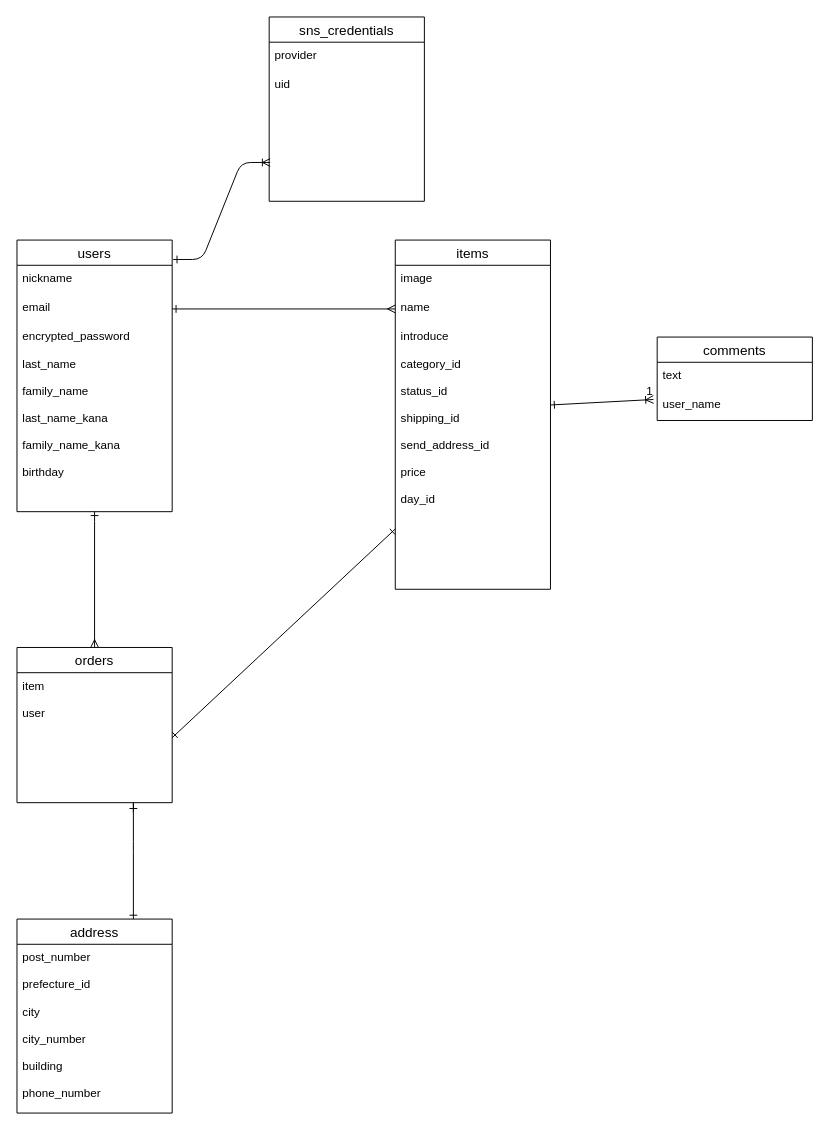
Before: test.dio in ringping/furima-28119, a draw.io diagram. Source tidied: cells renumbered, new cells numbered last; positions are measured from the earlier drawing's top-left corner, leaving out a move shared by most shapes. Both pictures are drawn from the tidied source at 97%, with x=0, y=0 at pixel (16, 16).
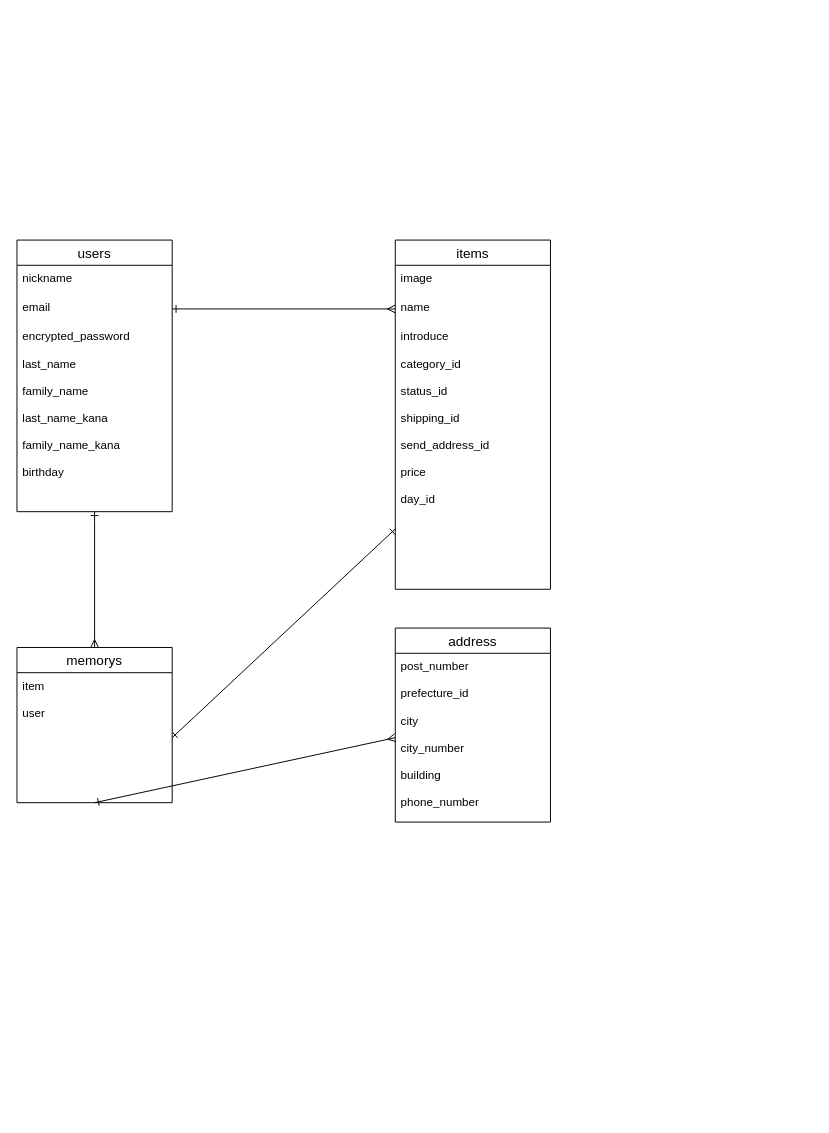
After the change.

The change refers to these unchanged cells:
```xml
<mxCell id="16" value="post_number&#10;&#10;prefecture_id&#10;&#10;city&#10;&#10;city_number&#10;&#10;building&#10;&#10;phone_number&#10;&#10;&#10;&#10;" style="text;strokeColor=none;fillColor=none;spacingLeft=4;spacingRight=4;overflow=hidden;points=[[0,0.5],[1,0.5]];portConstraint=eastwest;fontSize=12;" parent="15" vertex="1">
  <mxGeometry y="26" width="160" height="174" as="geometry" />
</mxCell>
```

Diff of the diagram source:
```diff
@@
-    <mxCell id="13" value="orders" style="swimlane;fontStyle=0;horizontal=1;startSize=26;align=center;fontSize=14;" parent="1" vertex="1">
+    <mxCell id="13" value="memorys" style="swimlane;fontStyle=0;horizontal=1;startSize=26;align=center;fontSize=14;" parent="1" vertex="1">
       <mxGeometry y="650" width="160" height="160" as="geometry" />
     </mxCell>
@@
+    <mxCell id="27" style="edgeStyle=none;rounded=0;jettySize=auto;html=1;exitX=0;exitY=0.5;exitDx=0;exitDy=0;entryX=0.5;entryY=1;entryDx=0;entryDy=0;startArrow=ERmany;startFill=0;endArrow=ERone;endFill=0;" parent="1" edge="1" source="16" target="13">
+      <mxGeometry relative="1" as="geometry" />
+    </mxCell>
     <mxCell id="15" value="address" style="swimlane;fontStyle=0;horizontal=1;startSize=26;align=center;fontSize=14;" parent="1" vertex="1">
-      <mxGeometry y="930" width="160" height="200" as="geometry" />
+      <mxGeometry x="390" y="630" width="160" height="200" as="geometry" />
     </mxCell>
@@
-    <mxCell id="17" value="sns_credentials" style="swimlane;fontStyle=0;horizontal=1;startSize=26;align=center;fontSize=14;" parent="1" vertex="1">
-      <mxGeometry x="260" width="160" height="190" as="geometry" />
-    </mxCell>
-    <mxCell id="18" value="provider&#10;" style="text;strokeColor=none;fillColor=none;spacingLeft=4;spacingRight=4;overflow=hidden;fontSize=12;" parent="17" vertex="1">
-      <mxGeometry y="26" width="160" height="30" as="geometry" />
-    </mxCell>
-    <mxCell id="19" value="uid&#10;&#10;" style="text;strokeColor=none;fillColor=none;spacingLeft=4;spacingRight=4;overflow=hidden;fontSize=12;" parent="17" vertex="1">
-      <mxGeometry y="56" width="160" height="134" as="geometry" />
-    </mxCell>
-    <mxCell id="20" style="edgeStyle=entityRelationEdgeStyle;fontSize=12;html=1;endArrow=ERoneToMany;startArrow=ERone;startFill=0;" parent="1" edge="1">
-      <mxGeometry relative="1" as="geometry">
-        <mxPoint x="161" y="250" as="sourcePoint" />
-        <mxPoint x="261" y="150" as="targetPoint" />
-      </mxGeometry>
-    </mxCell>
-    <mxCell id="21" value="comments" style="swimlane;fontStyle=0;horizontal=1;startSize=26;align=center;fontSize=14;" parent="1" vertex="1">
-      <mxGeometry x="660" y="330" width="160" height="86" as="geometry" />
-    </mxCell>
-    <mxCell id="22" value="text" style="text;strokeColor=none;fillColor=none;spacingLeft=4;spacingRight=4;overflow=hidden;fontSize=12;" parent="21" vertex="1">
-      <mxGeometry y="26" width="160" height="30" as="geometry" />
-    </mxCell>
-    <mxCell id="23" value="user_name" style="text;strokeColor=none;fillColor=none;spacingLeft=4;spacingRight=4;overflow=hidden;points=[[0,0.5],[1,0.5]];portConstraint=eastwest;fontSize=12;" parent="21" vertex="1">
-      <mxGeometry y="56" width="160" height="30" as="geometry" />
-    </mxCell>
-    <mxCell id="24" style="endArrow=ERoneToMany;html=1;rounded=0;entryX=-0.024;entryY=0.278;entryDx=0;entryDy=0;entryPerimeter=0;endFill=0;startArrow=ERone;startFill=0;" parent="1" edge="1" target="23">
-      <mxGeometry relative="1" as="geometry">
-        <mxPoint x="550" y="400" as="sourcePoint" />
-      </mxGeometry>
-    </mxCell>
-    <mxCell id="25" value="1" style="html=1;align=right;verticalAlign=bottom;" parent="24" vertex="1">
-      <mxGeometry x="1" relative="1" as="geometry" />
-    </mxCell>
-    <mxCell id="26" style="endArrow=ERone;html=1;rounded=0;exitX=0.75;exitY=0;exitDx=0;exitDy=0;startArrow=ERone;startFill=0;endFill=0;" parent="1" edge="1" source="15">
-      <mxGeometry relative="1" as="geometry">
-        <mxPoint x="120" y="820" as="targetPoint" />
-        <Array as="points">
-          <mxPoint x="120" y="860" />
-          <mxPoint x="120" y="850" />
-          <mxPoint x="120" y="810" />
-        </Array>
-      </mxGeometry>
-    </mxCell>
```
